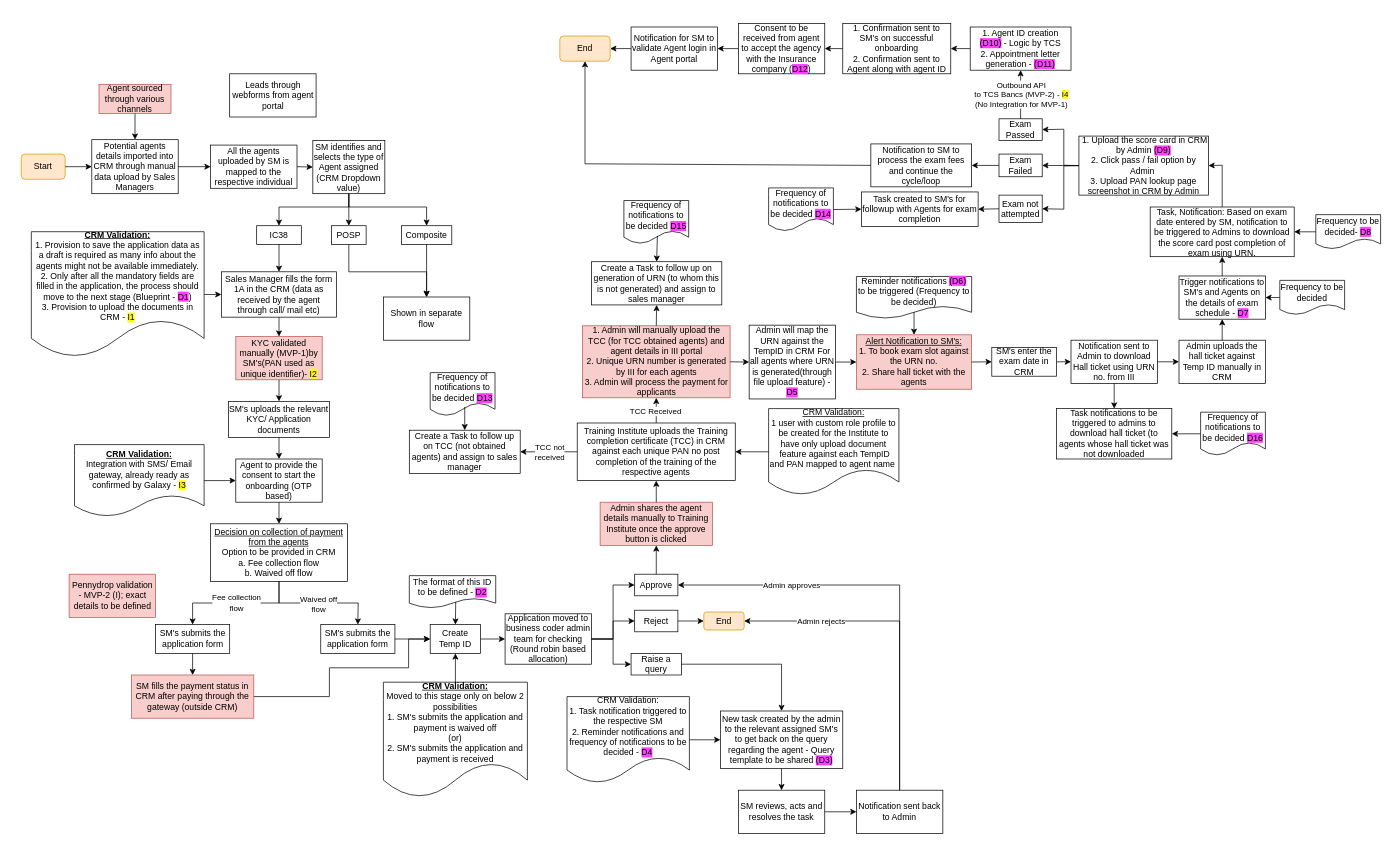
Earlier version of the draw.io diagram Agent Onboarding IC38.drawio (shaileshsreedar/Galaxy). Source tidied: cells renumbered, new cells numbered last; positions are measured from the earlier drawing's top-left corner, leaving out a move shared by most shapes. Both pictures are drawn from the tidied source at 72%, with x=0, y=0 at pixel (21, 23).
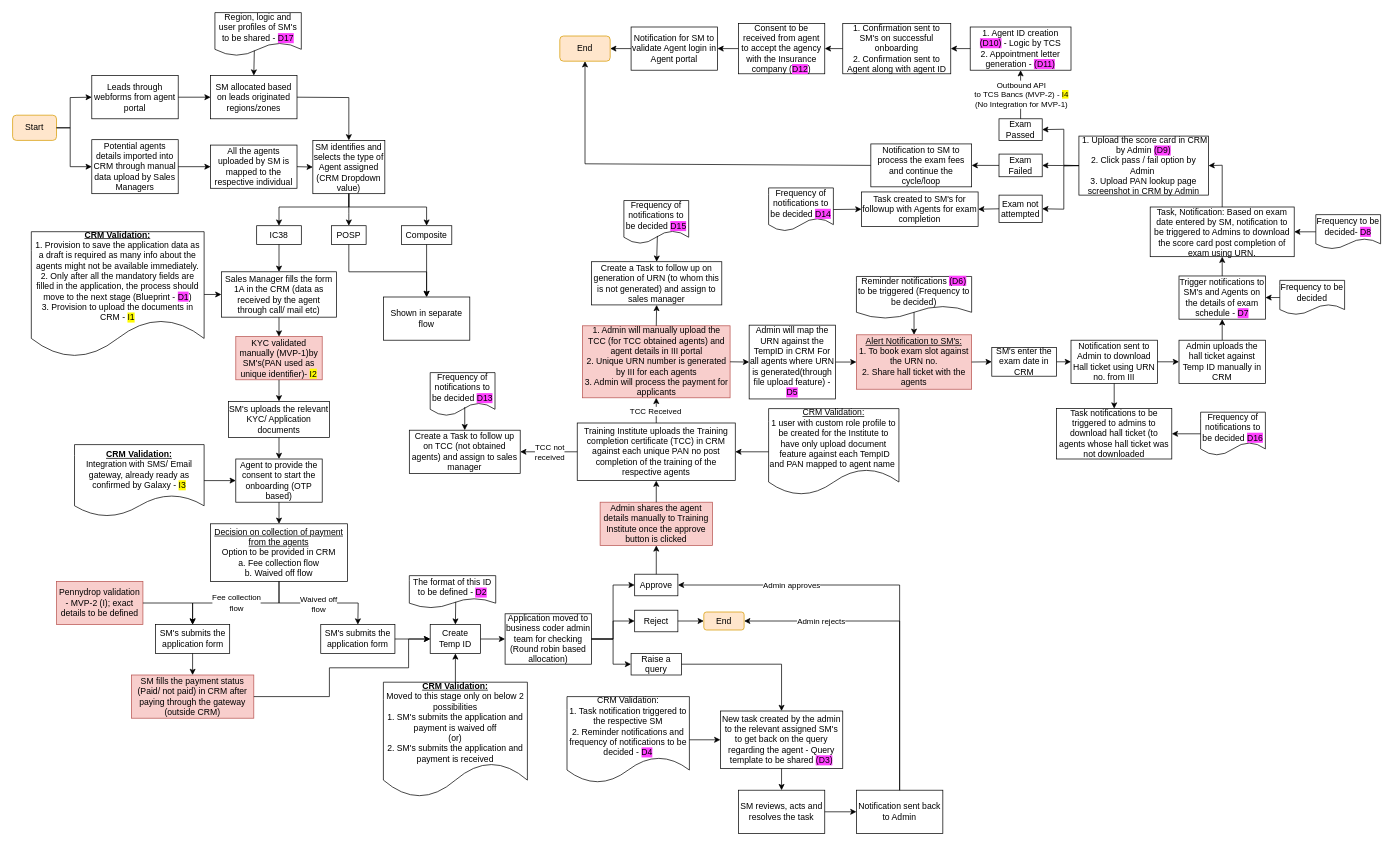
The same diagram, later.

The change refers to these unchanged cells:
```xml
<mxCell id="6" value="SM identifies and selects the type of Agent assigned (CRM Dropdown value)" style="rounded=0;whiteSpace=wrap;html=1;" parent="1" vertex="1">
  <mxGeometry x="405" y="162.5" width="100" height="74" as="geometry" />
</mxCell>
<mxCell id="16" value="Potential agents details imported into CRM through manual data upload by Sales Managers" style="rounded=0;whiteSpace=wrap;html=1;" parent="1" vertex="1">
  <mxGeometry x="98" y="161.5" width="120" height="75" as="geometry" />
</mxCell>
<mxCell id="39" value="SM's submits the application form" style="rounded=0;whiteSpace=wrap;html=1;" parent="1" vertex="1">
  <mxGeometry x="186.5" y="835" width="103" height="40" as="geometry" />
</mxCell>
```

Diff of the diagram source:
```diff
@@
     <mxCell id="2" value="Start" style="rounded=1;whiteSpace=wrap;html=1;fillColor=#ffe6cc;strokeColor=#d79b00;" parent="1" vertex="1">
-      <mxGeometry y="181.5" width="61" height="35" as="geometry" />
+      <mxGeometry x="-12" y="127.5" width="61" height="35" as="geometry" />
     </mxCell>
     <mxCell id="3" style="endArrow=classic;html=1;rounded=0;exitX=1;exitY=0.5;exitDx=0;exitDy=0;entryX=0;entryY=0.5;entryDx=0;entryDy=0;" parent="1" edge="1" source="2" target="16">
-      <mxGeometry relative="1" as="geometry" />
+      <mxGeometry relative="1" as="geometry">
+        <Array as="points">
+          <mxPoint x="68" y="145" />
+          <mxPoint x="68" y="199" />
+        </Array>
+      </mxGeometry>
     </mxCell>
-    <mxCell id="4" value="Agent sourced through various channels" style="rounded=0;whiteSpace=wrap;html=1;fillColor=#f8cecc;strokeColor=#b85450;" parent="1" vertex="1">
-      <mxGeometry x="108" y="85" width="100" height="40" as="geometry" />
-    </mxCell>
@@
-    <mxCell id="17" style="endArrow=classic;html=1;rounded=0;exitX=0.5;exitY=1;exitDx=0;exitDy=0;entryX=0.5;entryY=0;entryDx=0;entryDy=0;" parent="1" edge="1" source="4" target="16">
-      <mxGeometry relative="1" as="geometry" />
-    </mxCell>
@@
-    <mxCell id="35" value="SM fills the payment status in CRM after paying through the gateway (outside CRM)" style="rounded=0;whiteSpace=wrap;html=1;fillColor=#f8cecc;strokeColor=#b85450;" parent="1" vertex="1">
+    <mxCell id="35" value="SM fills the payment status (Paid/ not paid) in CRM after paying through the gateway (outside CRM)" style="rounded=0;whiteSpace=wrap;html=1;fillColor=#f8cecc;strokeColor=#b85450;" parent="1" vertex="1">
       <mxGeometry x="153" y="905" width="170" height="60" as="geometry" />
     </mxCell>
@@
     <mxCell id="119" value="Pennydrop validation - MVP-2 (I); exact details to be defined" style="rounded=0;whiteSpace=wrap;html=1;fillColor=#f8cecc;strokeColor=#b85450;" parent="1" vertex="1">
-      <mxGeometry x="66.5" y="765" width="120" height="60" as="geometry" />
+      <mxGeometry x="49" y="775" width="120" height="60" as="geometry" />
     </mxCell>
@@
     <mxCell id="140" value="Leads through webforms from agent portal" style="rounded=0;whiteSpace=wrap;html=1;" parent="1" vertex="1">
-      <mxGeometry x="289.5" y="70" width="120" height="60" as="geometry" />
+      <mxGeometry x="98" y="72.5" width="120" height="60" as="geometry" />
     </mxCell>
+    <mxCell id="141" value="SM allocated based on leads originated regions/zones" style="rounded=0;whiteSpace=wrap;html=1;" parent="1" vertex="1">
+      <mxGeometry x="263" y="72.5" width="120" height="60" as="geometry" />
+    </mxCell>
+    <mxCell id="142" style="endArrow=classic;html=1;rounded=0;exitX=1;exitY=0.5;exitDx=0;exitDy=0;entryX=0;entryY=0.5;entryDx=0;entryDy=0;" parent="1" edge="1" source="140" target="141">
+      <mxGeometry relative="1" as="geometry" />
+    </mxCell>
+    <mxCell id="143" style="endArrow=classic;html=1;rounded=0;exitX=1;exitY=0.5;exitDx=0;exitDy=0;entryX=0.5;entryY=0;entryDx=0;entryDy=0;" parent="1" edge="1" source="141" target="6">
+      <mxGeometry relative="1" as="geometry">
+        <Array as="points">
+          <mxPoint x="455" y="103" />
+        </Array>
+      </mxGeometry>
+    </mxCell>
+    <mxCell id="144" style="endArrow=classic;html=1;rounded=0;exitX=1;exitY=0.5;exitDx=0;exitDy=0;entryX=0;entryY=0.5;entryDx=0;entryDy=0;" parent="1" edge="1" source="2" target="140">
+      <mxGeometry relative="1" as="geometry">
+        <Array as="points">
+          <mxPoint x="68" y="145" />
+          <mxPoint x="68" y="103" />
+        </Array>
+      </mxGeometry>
+    </mxCell>
+    <mxCell id="145" value="Region, logic and user profiles of SM's to be shared - &lt;span style=&quot;background-color: rgb(255, 64, 255);&quot;&gt;D17&lt;/span&gt;" style="shape=document;whiteSpace=wrap;html=1;boundedLbl=1;" parent="1" vertex="1">
+      <mxGeometry x="269" y="-15" width="120" height="60" as="geometry" />
+    </mxCell>
+    <mxCell id="146" style="endArrow=classic;html=1;rounded=0;entryX=0.5;entryY=0;entryDx=0;entryDy=0;exitX=0.456;exitY=0.879;exitDx=0;exitDy=0;exitPerimeter=0;" parent="1" edge="1" source="145" target="141">
+      <mxGeometry relative="1" as="geometry" />
+    </mxCell>
+    <mxCell id="147" style="endArrow=classic;html=1;rounded=0;entryX=0.5;entryY=0;entryDx=0;entryDy=0;exitX=1;exitY=0.5;exitDx=0;exitDy=0;" parent="1" edge="1" source="119" target="39">
+      <mxGeometry relative="1" as="geometry">
+        <Array as="points">
+          <mxPoint x="238" y="805" />
+        </Array>
+      </mxGeometry>
+    </mxCell>
```
